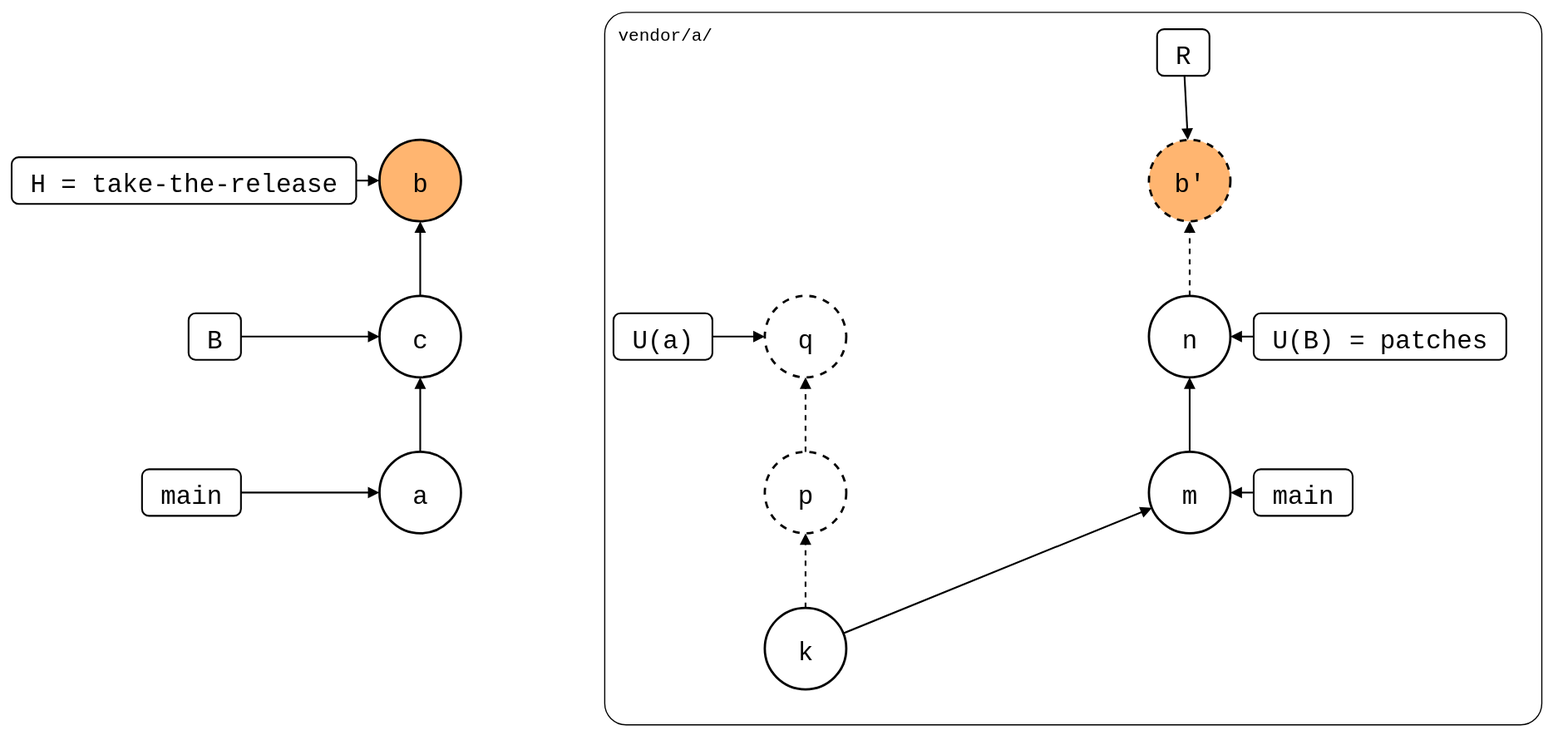
Above: test/scenarios/06-rewritten-history/04-patch-branch-rebased/02-squash-merged/pull-request.drawio.svg in roschaefer/git-splice (draw.io), before the change. Source tidied: cells renumbered, new cells last; positions are measured from the earlier drawing's top-left corner, leaving out a move shared by most shapes.
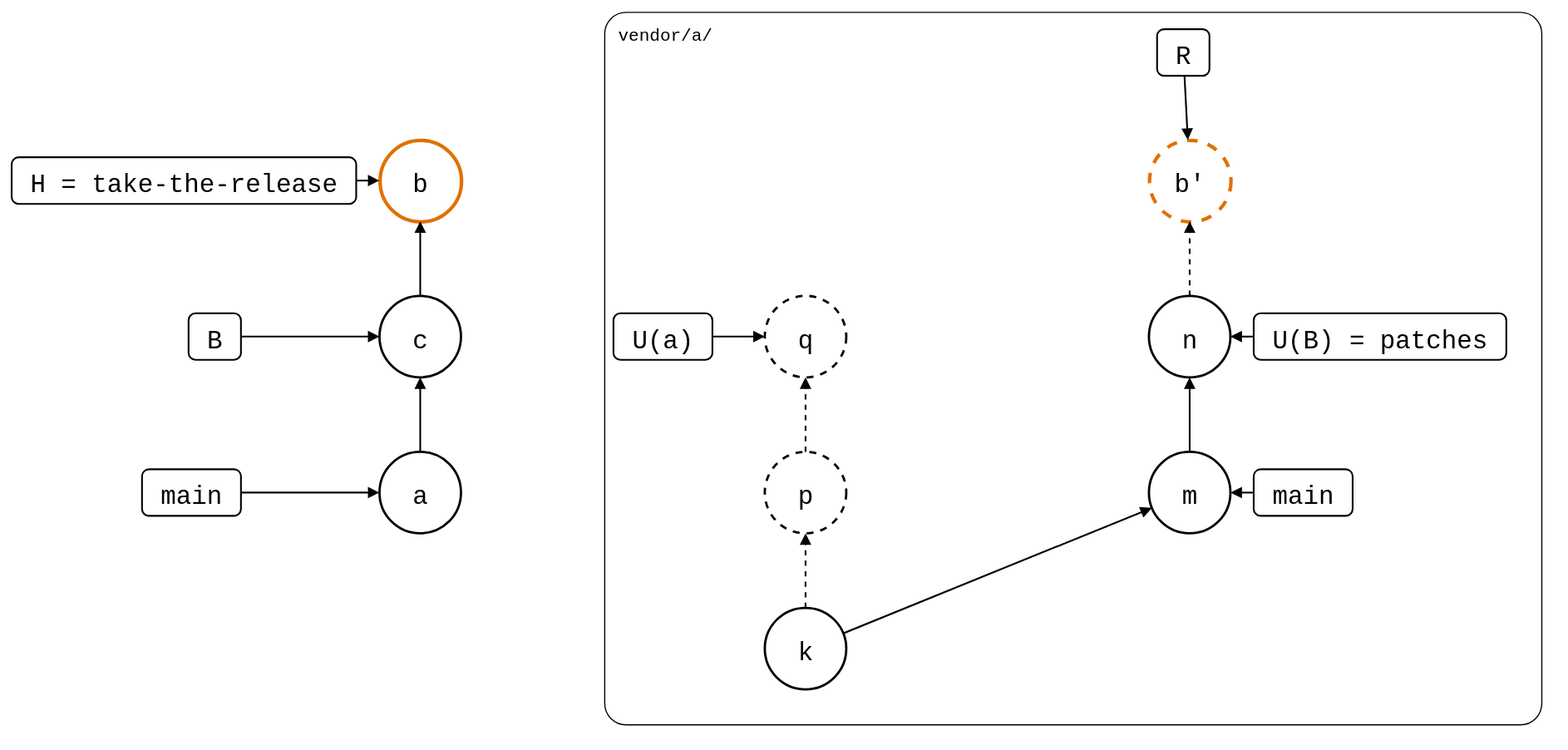
After the change.

Diff of the diagram source:
```diff
@@ -26,10 +26,10 @@
     <mxCell id="9" value="c" style="ellipse;strokeWidth=2;fontSize=22;fontFamily=Roboto Mono,monospace;" parent="1" vertex="1">
       <mxGeometry x="316" y="244" width="70" height="70" as="geometry" />
     </mxCell>
-    <mxCell id="10" value="b" style="ellipse;strokeWidth=2;fontSize=22;fontFamily=Roboto Mono,monospace;fillColor=#FFB570;" parent="1" vertex="1">
+    <mxCell id="10" value="b" style="ellipse;fontSize=22;fontFamily=Roboto Mono,monospace;strokeColor=#E07000;strokeWidth=3;" parent="1" vertex="1">
       <mxGeometry x="316" y="110" width="70" height="70" as="geometry" />
     </mxCell>
-    <mxCell id="11" value="b'" style="ellipse;strokeWidth=2;fontSize=22;fontFamily=Roboto Mono,monospace;dashed=1;fillColor=#FFB570;" parent="1" vertex="1">
+    <mxCell id="11" value="b'" style="ellipse;fontSize=22;fontFamily=Roboto Mono,monospace;dashed=1;strokeColor=#E07000;strokeWidth=3;" parent="1" vertex="1">
       <mxGeometry x="977" y="110" width="70" height="70" as="geometry" />
     </mxCell>
     <mxCell id="12" value="H = take-the-release" style="rounded=1;strokeWidth=1.5;fontSize=22;fontFamily=Roboto Mono,monospace;" parent="1" vertex="1">
```
